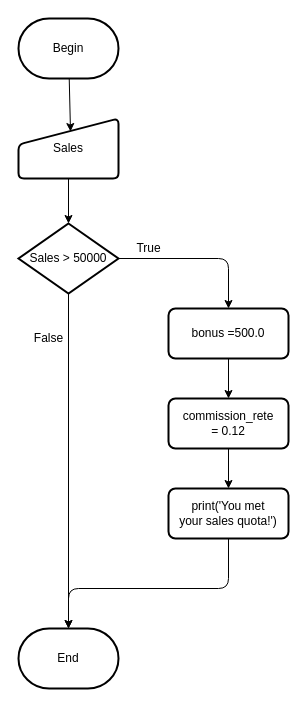
Earlier version of the draw.io diagram L02/EX2-1.drawio (ZonaphatINET/65-1_ComPro-Python). Source tidied: cells renumbered, new cells numbered last; positions are measured from the earlier drawing's top-left corner, leaving out a move shared by most shapes. Both pictures are drawn from the tidied source at 100%, with x=0, y=0 at pixel (18, 18).
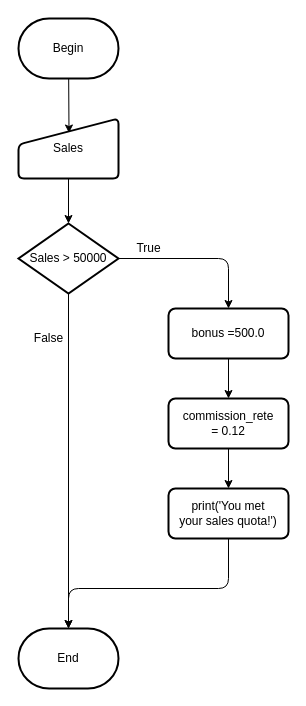
Above is the later version.

Unchanged cells that the change refers to:
```xml
<mxCell id="3" value="Begin" style="strokeWidth=2;html=1;shape=mxgraph.flowchart.terminator;whiteSpace=wrap;" parent="1" vertex="1">
  <mxGeometry width="100" height="60" as="geometry" />
</mxCell>
<mxCell id="5" value="Sales" style="html=1;strokeWidth=2;shape=manualInput;whiteSpace=wrap;rounded=1;size=26;arcSize=11;" parent="1" vertex="1">
  <mxGeometry y="100" width="100" height="60" as="geometry" />
</mxCell>
```

The edit, as a diff of the source:
```diff
@@
-    <mxCell id="2" style="edgeStyle=none;html=1;entryX=0.52;entryY=0.217;entryDx=0;entryDy=0;entryPerimeter=0;" parent="1" edge="1" source="3" target="5">
+    <mxCell id="2" style="edgeStyle=none;html=1;entryX=0.505;entryY=0.242;entryDx=0;entryDy=0;entryPerimeter=0;" parent="1" edge="1" source="3" target="5">
       <mxGeometry relative="1" as="geometry" />
     </mxCell>
```
